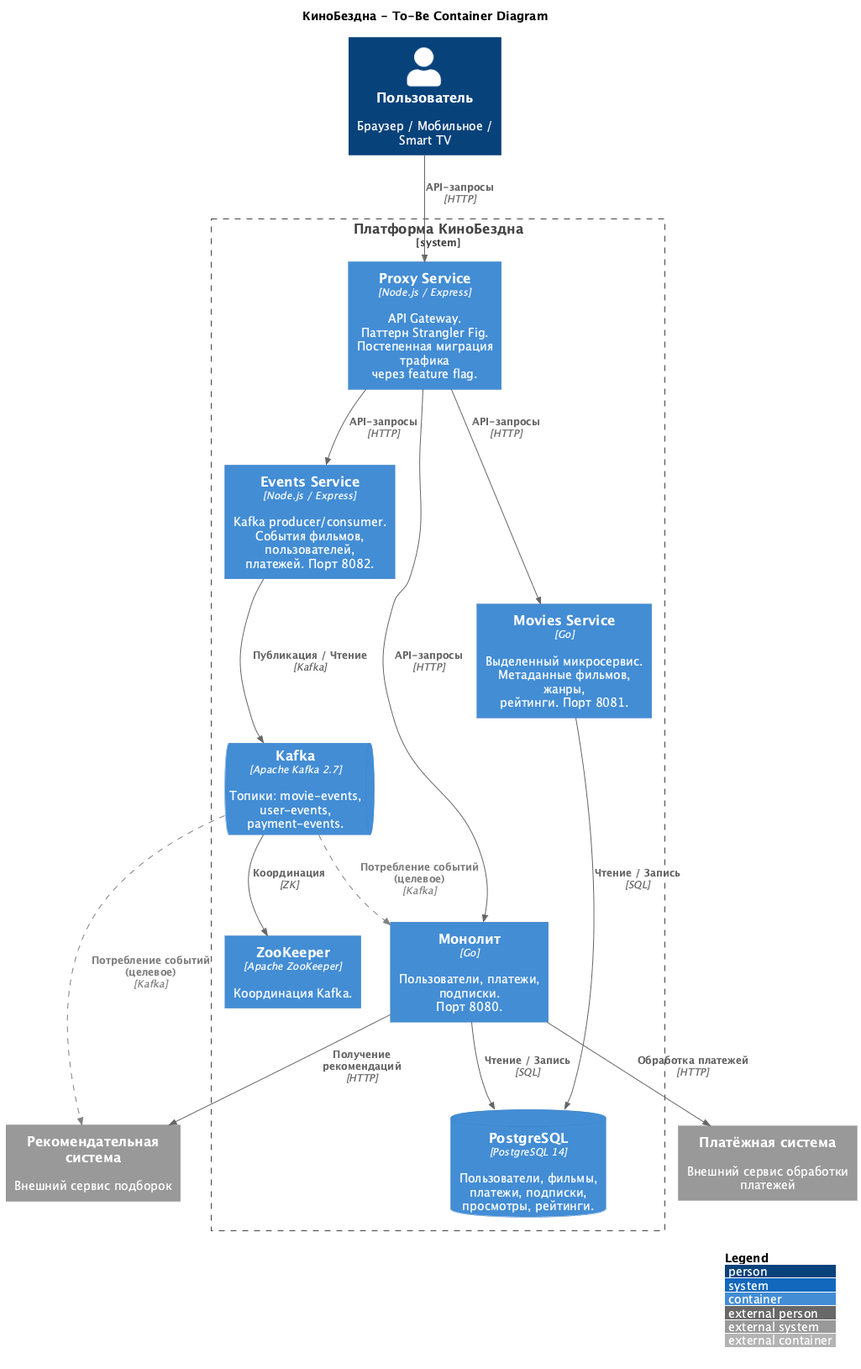
This is docs/c4-container-diagram.png from SiritosKon/architecture-cinemaabyss, a PlantUML export, as it was before one commit.
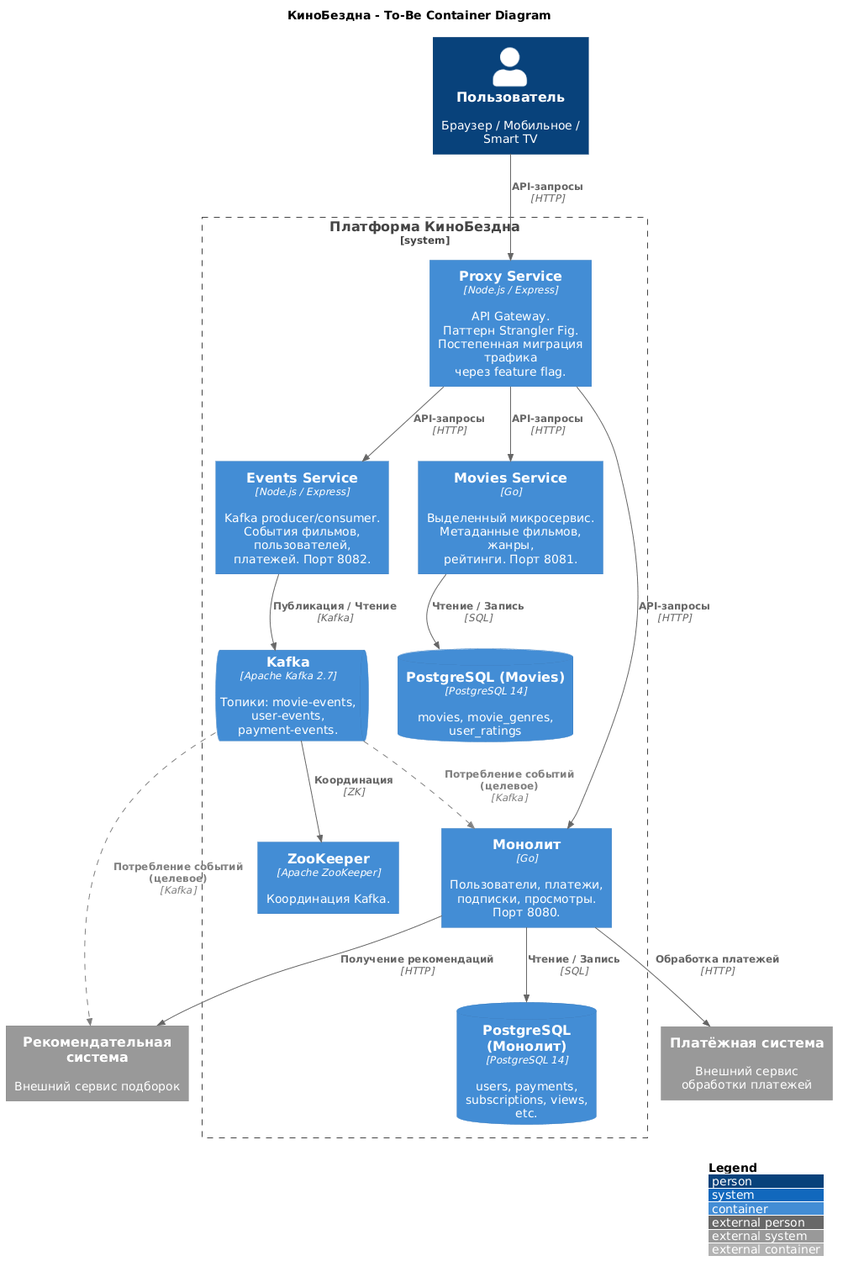
The same file after the commit.

Commit message:
feat: split shared PostgreSQL into per-service databases on C4 diagram

Replaced single shared PostgreSQL with two separate database containers
to reflect database-per-service principle:
- PostgreSQL (Монолит): users, payments, subscriptions, views, etc.
- PostgreSQL (Movies): movies, movie_genres, user_ratings

Also updated monolith description to include "просмотры" (views).

Change to the diagram source:
```diff
@@ -1,4 +1,4 @@
-@startuml c4-container-diagram
+@startuml
 !include https://raw.githubusercontent.com/plantuml-stdlib/C4-PlantUML/master/C4_Container.puml
 
 LAYOUT_WITH_LEGEND()
@@ -16,13 +16,15 @@
 
     Container(proxy, "Proxy Service", "Node.js / Express", "API Gateway.\nПаттерн Strangler Fig.\nПостепенная миграция трафика\nчерез feature flag.")
 
-    Container(monolith, "Монолит", "Go", "Пользователи, платежи,\nподписки.\nПорт 8080.")
+    Container(monolith, "Монолит", "Go", "Пользователи, платежи,\nподписки, просмотры.\nПорт 8080.")
 
     Container(movies, "Movies Service", "Go", "Выделенный микросервис.\nМетаданные фильмов, жанры,\nрейтинги. Порт 8081.")
 
     Container(events, "Events Service", "Node.js / Express", "Kafka producer/consumer.\nСобытия фильмов, пользователей,\nплатежей. Порт 8082.")
 
-    ContainerDb(postgres, "PostgreSQL", "PostgreSQL 14", "Пользователи, фильмы,\nплатежи, подписки,\nпросмотры, рейтинги.")
+    ContainerDb(postgres_monolith, "PostgreSQL (Монолит)", "PostgreSQL 14", "users, payments,\nsubscriptions, views,\netc.")
+
+    ContainerDb(postgres_movies, "PostgreSQL (Movies)", "PostgreSQL 14", "movies, movie_genres,\nuser_ratings")
 
     ContainerQueue(kafka, "Kafka", "Apache Kafka 2.7", "Топики: movie-events,\nuser-events,\npayment-events.")
 
@@ -34,8 +36,8 @@
 Rel(proxy, movies, "API-запросы", "HTTP")
 Rel(proxy, events, "API-запросы", "HTTP")
 
-Rel(monolith, postgres, "Чтение / Запись", "SQL")
-Rel(movies, postgres, "Чтение / Запись", "SQL")
+Rel(monolith, postgres_monolith, "Чтение / Запись", "SQL")
+Rel(movies, postgres_movies, "Чтение / Запись", "SQL")
 
 Rel(events, kafka, "Публикация / Чтение", "Kafka")
 Rel(kafka, zookeeper, "Координация", "ZK")
@@ -45,5 +47,4 @@
 
 Rel(kafka, monolith, "Потребление событий (целевое)", "Kafka", $tags="future")
 Rel(kafka, recsys, "Потребление событий (целевое)", "Kafka", $tags="future")
-
 @enduml
```
